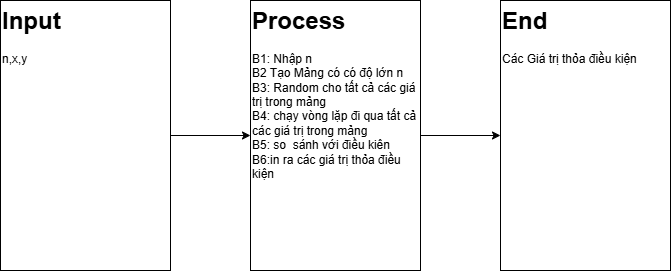
Before: Untitled Diagram.drawio.png, a diagram exported from draw.io (dogdogee/CodeZuni). Source tidied: cells renumbered, new cells last; positions are measured from the earlier drawing's top-left corner, leaving out a move shared by most shapes. The source it was exported from:
```xml
<mxGraphModel>
  <root>
    <mxCell id="0" />
    <mxCell id="1" parent="0" />
    <mxCell id="2" style="edgeStyle=orthogonalEdgeStyle;rounded=0;jettySize=auto;html=1;" parent="1" edge="1" source="3" target="5">
      <mxGeometry relative="1" as="geometry" />
    </mxCell>
    <mxCell id="3" style="rounded=0;whiteSpace=wrap;html=1;" parent="1" vertex="1">
      <mxGeometry width="170" height="270" as="geometry" />
    </mxCell>
    <mxCell id="4" style="edgeStyle=orthogonalEdgeStyle;rounded=0;jettySize=auto;html=1;" parent="1" edge="1" source="5" target="6">
      <mxGeometry relative="1" as="geometry" />
    </mxCell>
    <mxCell id="5" style="rounded=0;whiteSpace=wrap;html=1;" parent="1" vertex="1">
      <mxGeometry x="250" width="170" height="270" as="geometry" />
    </mxCell>
    <mxCell id="6" style="rounded=0;whiteSpace=wrap;html=1;" parent="1" vertex="1">
      <mxGeometry x="500" width="170" height="270" as="geometry" />
    </mxCell>
    <mxCell id="7" value="&lt;h1 style=&quot;margin-top: 0px;&quot;&gt;Input&lt;/h1&gt;&lt;div&gt;n,x,y&lt;/div&gt;" style="text;html=1;whiteSpace=wrap;overflow=hidden;rounded=0;" parent="1" vertex="1">
      <mxGeometry width="170" height="270" as="geometry" />
    </mxCell>
    <mxCell id="8" value="&lt;h1 style=&quot;margin-top: 0px;&quot;&gt;Process&lt;/h1&gt;&lt;div&gt;B1: Nhập n&lt;/div&gt;&lt;div&gt;B2 Tạo Mảng có có độ lớn n&lt;/div&gt;&lt;div&gt;B3: Random cho tất cả các giá trị trong mảng&lt;/div&gt;&lt;div&gt;B4: chạy vòng lặp đi qua tất cả các giá trị trong mảng&lt;/div&gt;&lt;div&gt;B5: so&amp;nbsp; sánh với điều kiên&lt;/div&gt;&lt;div&gt;B6:in ra các giá trị thỏa điều kiện&lt;/div&gt;&lt;div&gt;&lt;br&gt;&lt;/div&gt;&lt;div&gt;&lt;br&gt;&lt;/div&gt;" style="text;html=1;whiteSpace=wrap;overflow=hidden;rounded=0;" parent="1" vertex="1">
      <mxGeometry x="250" width="170" height="270" as="geometry" />
    </mxCell>
    <mxCell id="9" value="&lt;h1 style=&quot;margin-top: 0px;&quot;&gt;End&lt;/h1&gt;&lt;div&gt;Các Giá trị thỏa điều kiện&lt;/div&gt;" style="text;html=1;whiteSpace=wrap;overflow=hidden;rounded=0;" parent="1" vertex="1">
      <mxGeometry x="500" width="170" height="270" as="geometry" />
    </mxCell>
  </root>
</mxGraphModel>
```
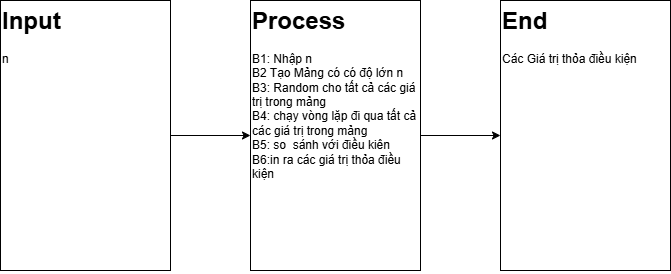
The same file after the commit.

Diff of the diagram source:
```diff
@@ -17,7 +17,7 @@
     <mxCell id="6" style="rounded=0;whiteSpace=wrap;html=1;" parent="1" vertex="1">
       <mxGeometry x="500" width="170" height="270" as="geometry" />
     </mxCell>
-    <mxCell id="7" value="&lt;h1 style=&quot;margin-top: 0px;&quot;&gt;Input&lt;/h1&gt;&lt;div&gt;n,x,y&lt;/div&gt;" style="text;html=1;whiteSpace=wrap;overflow=hidden;rounded=0;" parent="1" vertex="1">
+    <mxCell id="7" value="&lt;h1 style=&quot;margin-top: 0px;&quot;&gt;Input&lt;/h1&gt;&lt;div&gt;n&lt;/div&gt;" style="text;html=1;whiteSpace=wrap;overflow=hidden;rounded=0;" parent="1" vertex="1">
       <mxGeometry width="170" height="270" as="geometry" />
     </mxCell>
     <mxCell id="8" value="&lt;h1 style=&quot;margin-top: 0px;&quot;&gt;Process&lt;/h1&gt;&lt;div&gt;B1: Nhập n&lt;/div&gt;&lt;div&gt;B2 Tạo Mảng có có độ lớn n&lt;/div&gt;&lt;div&gt;B3: Random cho tất cả các giá trị trong mảng&lt;/div&gt;&lt;div&gt;B4: chạy vòng lặp đi qua tất cả các giá trị trong mảng&lt;/div&gt;&lt;div&gt;B5: so&amp;nbsp; sánh với điều kiên&lt;/div&gt;&lt;div&gt;B6:in ra các giá trị thỏa điều kiện&lt;/div&gt;&lt;div&gt;&lt;br&gt;&lt;/div&gt;&lt;div&gt;&lt;br&gt;&lt;/div&gt;" style="text;html=1;whiteSpace=wrap;overflow=hidden;rounded=0;" parent="1" vertex="1">
```
